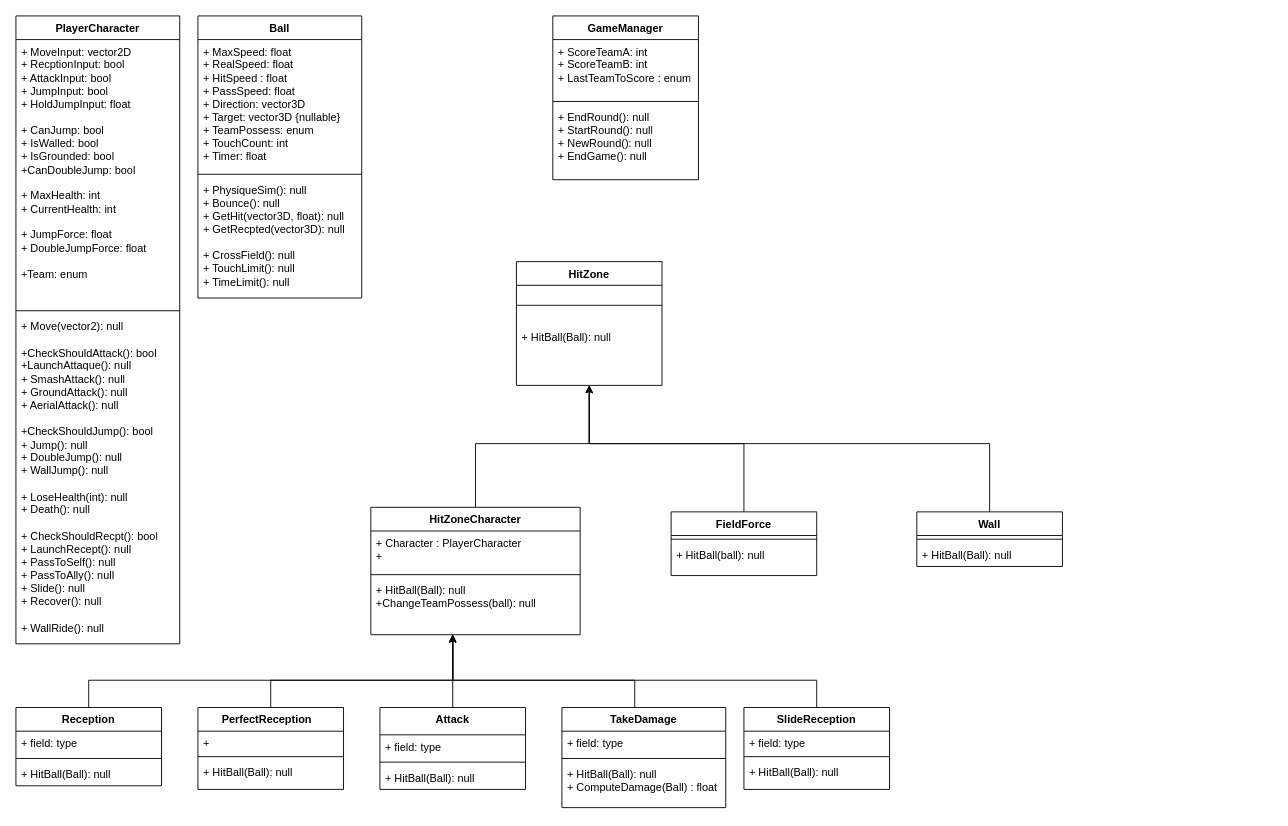
Before: Documentation/PFEDocArchiPOC.drawio in KeranLB/VolleyFightPFE, a draw.io diagram. Source tidied: cells renumbered, new cells numbered last; positions are measured from the earlier drawing's top-left corner, leaving out a move shared by most shapes. Both pictures are drawn from the tidied source at 91%, with x=0, y=0 at pixel (15, 15).
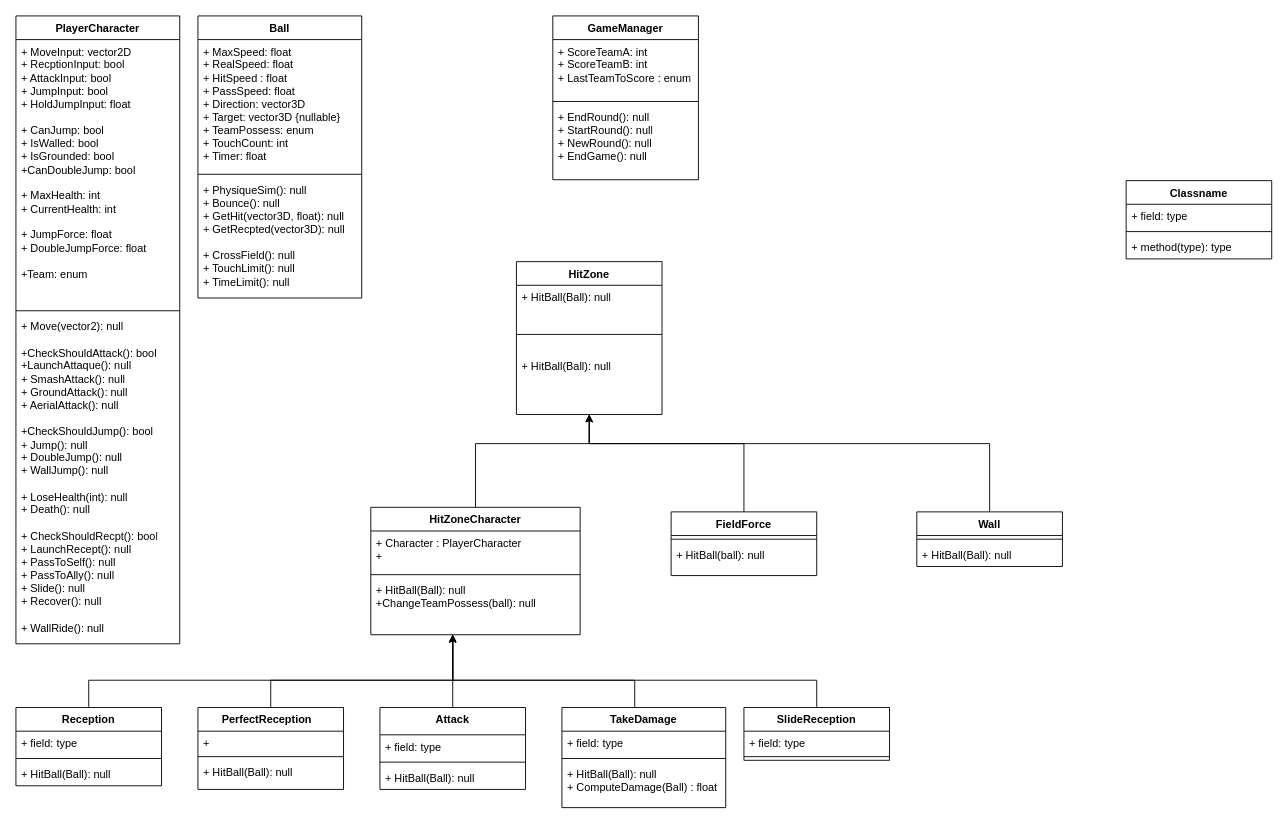
The same page after the edit.

Change to the diagram source:
```diff
@@
     <mxCell id="39" value="SlideReception" style="swimlane;fontStyle=1;align=center;verticalAlign=top;horizontal=1;startSize=26;whiteSpace=wrap;html=1;" parent="1" vertex="1">
-      <mxGeometry x="800" y="760" width="160" height="90" as="geometry" />
+      <mxGeometry x="800" y="760" width="160" height="58" as="geometry" />
     </mxCell>
@@
-    <mxCell id="42" value="+ HitBall(Ball): null" style="text;strokeColor=none;fillColor=none;align=left;verticalAlign=top;spacingLeft=4;spacingRight=4;overflow=hidden;whiteSpace=wrap;html=1;" parent="39" vertex="1">
-      <mxGeometry y="58" width="160" height="32" as="geometry" />
-    </mxCell>
@@
     <mxCell id="48" value="HitZone" style="swimlane;fontStyle=1;align=center;verticalAlign=top;horizontal=1;startSize=26;whiteSpace=wrap;html=1;" parent="1" vertex="1">
-      <mxGeometry x="550" y="270" width="160" height="136" as="geometry" />
+      <mxGeometry x="550" y="270" width="160" height="168" as="geometry" />
     </mxCell>
+    <mxCell id="42" value="+ HitBall(Ball): null" style="text;strokeColor=none;fillColor=none;align=left;verticalAlign=top;spacingLeft=4;spacingRight=4;overflow=hidden;whiteSpace=wrap;html=1;" parent="48" vertex="1">
+      <mxGeometry y="26" width="160" height="32" as="geometry" />
+    </mxCell>
     <mxCell id="49" style="line;strokeWidth=1;fillColor=none;align=left;verticalAlign=middle;spacingTop=-1;spacingLeft=3;spacingRight=3;labelPosition=right;strokeColor=inherit;" parent="48" vertex="1">
-      <mxGeometry y="26" width="160" height="44" as="geometry" />
+      <mxGeometry y="58" width="160" height="44" as="geometry" />
     </mxCell>
     <mxCell id="50" value="+ HitBall(Ball): null" style="text;strokeColor=none;fillColor=none;align=left;verticalAlign=top;spacingLeft=4;spacingRight=4;overflow=hidden;whiteSpace=wrap;html=1;" parent="48" vertex="1">
-      <mxGeometry y="70" width="160" height="66" as="geometry" />
+      <mxGeometry y="102" width="160" height="66" as="geometry" />
     </mxCell>
@@
+    <mxCell id="55" value="Classname" style="swimlane;fontStyle=1;align=center;verticalAlign=top;horizontal=1;startSize=26;whiteSpace=wrap;html=1;" parent="1" vertex="1">
+      <mxGeometry x="1220" y="181" width="160" height="86" as="geometry" />
+    </mxCell>
+    <mxCell id="56" value="+ field: type" style="text;strokeColor=none;fillColor=none;align=left;verticalAlign=top;spacingLeft=4;spacingRight=4;overflow=hidden;whiteSpace=wrap;html=1;" parent="55" vertex="1">
+      <mxGeometry y="26" width="160" height="26" as="geometry" />
+    </mxCell>
+    <mxCell id="57" style="line;strokeWidth=1;fillColor=none;align=left;verticalAlign=middle;spacingTop=-1;spacingLeft=3;spacingRight=3;labelPosition=right;strokeColor=inherit;" parent="55" vertex="1">
+      <mxGeometry y="52" width="160" height="8" as="geometry" />
+    </mxCell>
+    <mxCell id="58" value="+ method(type): type" style="text;strokeColor=none;fillColor=none;align=left;verticalAlign=top;spacingLeft=4;spacingRight=4;overflow=hidden;whiteSpace=wrap;html=1;" parent="55" vertex="1">
+      <mxGeometry y="60" width="160" height="26" as="geometry" />
+    </mxCell>
```
